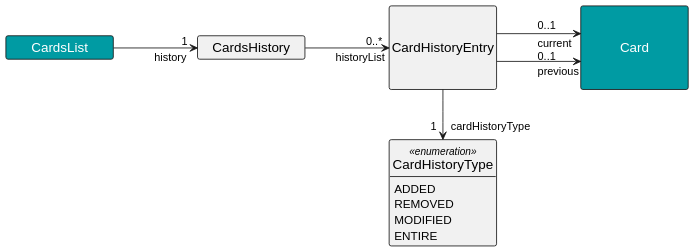
Earlier version of the PlantUML export docs/images/HistoryClassDiagram.svg (AY2526S2-CS2113-T11-3/tp). The source it was exported from:
```plantuml
@startuml
!include Style.puml

skinparam linetype ortho
skinparam nodesep 100
skinparam SameClassWidth true
hide empty members

class CardsList CARDS_COLOR_PRIMARY
class \n\nCard\n\n CARDS_COLOR_PRIMARY

CardsList -right--> "         1 "/"history" CardsHistory

CardsHistory -right-> "          0..*"/"historyList" \n\nCardHistoryEntry\n\n

\n\nCardHistoryEntry\n\n --> "1  "/"  cardHistoryType" CardHistoryType

enum CardHistoryType <<enumeration>> {
    ADDED
    REMOVED
    MODIFIED
    ENTIRE
}

\n\nCardHistoryEntry\n\n -right--> "0..1      "/"current" \n\nCard\n\n : ""
\n\nCardHistoryEntry\n\n -right--> "0..1      "/previous \n\nCard\n\n : ""
}
@enduml
```
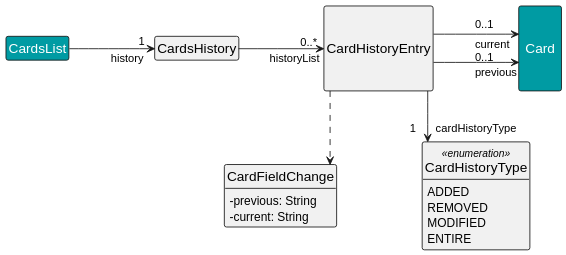
The same diagram one commit later.

Commit message:
Update history command documentation

Change to the diagram source:
```diff
@@ -3,17 +3,25 @@
 
 skinparam linetype ortho
 skinparam nodesep 100
-skinparam SameClassWidth true
 hide empty members
 
 class CardsList CARDS_COLOR_PRIMARY
 class \n\nCard\n\n CARDS_COLOR_PRIMARY
 
+class CardFieldChange {
+    - previous: String
+    - current: String
+}
+
 CardsList -right--> "         1 "/"history" CardsHistory
-
 CardsHistory -right-> "          0..*"/"historyList" \n\nCardHistoryEntry\n\n
 
+
+\n\nCardHistoryEntry\n\n -right--> "0..1      "/"current" \n\nCard\n\n : ""
+\n\nCardHistoryEntry\n\n -right--> "0..1      "/previous \n\nCard\n\n : ""
+
 \n\nCardHistoryEntry\n\n --> "1  "/"  cardHistoryType" CardHistoryType
+\n\nCardHistoryEntry\n\n ..> CardFieldChange
 
 enum CardHistoryType <<enumeration>> {
     ADDED
@@ -22,7 +30,6 @@
     ENTIRE
 }
 
-\n\nCardHistoryEntry\n\n -right--> "0..1      "/"current" \n\nCard\n\n : ""
-\n\nCardHistoryEntry\n\n -right--> "0..1      "/previous \n\nCard\n\n : ""
+
 }
 @enduml
```
